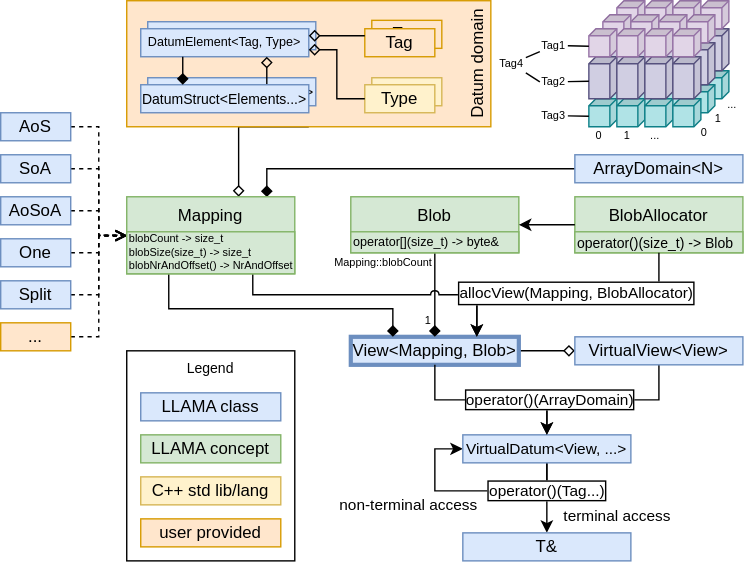
alpaka-group/llama keeps this draw.io diagram as docs/images/overview.svg. Above is the earlier version. Source tidied: cells renumbered, new cells last; positions are measured from the earlier drawing's top-left corner, leaving out a move shared by most shapes.
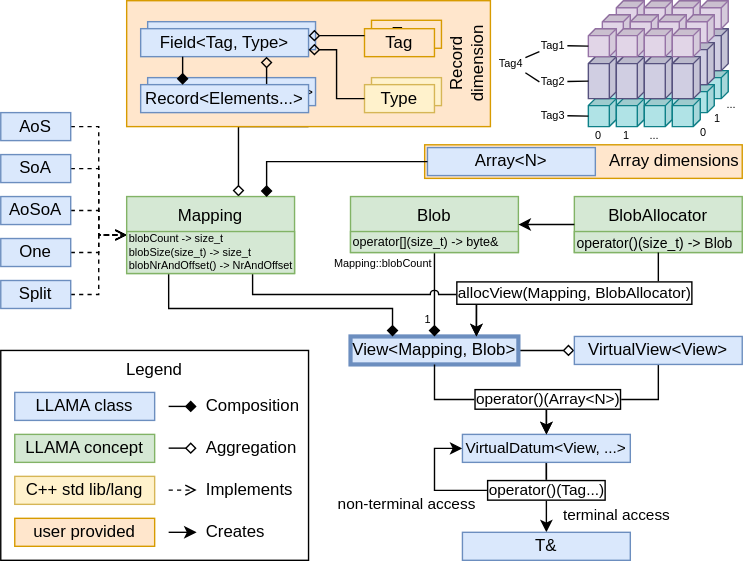
Later version of the same file.

Commit message:
rename domains in overview.svg and add arrows to legend

Rename ArrayDomain into Array dimensions.
Rename DatumDomain into Record dimension.

Change to the diagram source:
```diff
@@ -23,17 +23,6 @@
         </Array>
       </mxGeometry>
     </mxCell>
-    <mxCell id="5" style="edgeStyle=orthogonalEdgeStyle;rounded=0;jettySize=auto;html=1;fontSize=11;entryX=0.837;entryY=0.004;entryDx=0;entryDy=0;endArrow=diamond;endFill=1;exitX=0;exitY=0.5;exitDx=0;exitDy=0;entryPerimeter=0;" parent="1" edge="1" source="6" target="48">
-      <mxGeometry relative="1" as="geometry">
-        <Array as="points">
-          <mxPoint x="190" y="120" />
-          <mxPoint x="190" y="140" />
-        </Array>
-      </mxGeometry>
-    </mxCell>
-    <mxCell id="6" value="ArrayDomain&amp;lt;N&amp;gt;" style="rounded=0;whiteSpace=wrap;html=1;fillColor=#dae8fc;strokeColor=#6c8ebf;" parent="1" vertex="1">
-      <mxGeometry x="410" y="110" width="120" height="20" as="geometry" />
-    </mxCell>
     <mxCell id="7" style="edgeStyle=orthogonalEdgeStyle;rounded=0;jettySize=auto;html=1;endArrow=diamond;endFill=0;" parent="1" edge="1" source="8" target="14">
       <mxGeometry relative="1" as="geometry" />
     </mxCell>
@@ -68,7 +57,7 @@
     <mxCell id="16" style="edgeStyle=orthogonalEdgeStyle;rounded=0;jettySize=auto;html=1;" parent="1" edge="1" source="8" target="12">
       <mxGeometry relative="1" as="geometry" />
     </mxCell>
-    <mxCell id="17" value="operator()(ArrayDomain)" style="edgeLabel;html=1;align=center;verticalAlign=middle;fontColor=#000000;labelBorderColor=#000000;absoluteArcSize=0;" parent="16" vertex="1">
+    <mxCell id="17" value="operator()(Array&amp;lt;N&amp;gt;)" style="edgeLabel;html=1;align=center;verticalAlign=middle;fontColor=#000000;labelBorderColor=#000000;absoluteArcSize=0;" parent="16" vertex="1">
       <mxGeometry x="0.27" relative="1" as="geometry">
         <mxPoint x="23.8" as="offset" />
       </mxGeometry>
@@ -102,7 +91,7 @@
         </Array>
       </mxGeometry>
     </mxCell>
-    <mxCell id="23" style="edgeStyle=orthogonalEdgeStyle;rounded=0;jumpStyle=arc;jettySize=auto;html=1;dashed=1;startArrow=none;startFill=0;endArrow=open;endFill=0;fontSize=7.8;" parent="1" edge="1" source="24" target="48">
+    <mxCell id="23" style="edgeStyle=orthogonalEdgeStyle;rounded=0;jumpStyle=arc;jettySize=auto;html=1;dashed=1;startArrow=none;startFill=0;endArrow=open;endFill=0;fontSize=7.8;entryX=0;entryY=0.5;entryDx=0;entryDy=0;" parent="1" edge="1" source="24" target="48">
       <mxGeometry relative="1" as="geometry">
         <Array as="points">
           <mxPoint x="70" y="90" />
@@ -113,7 +102,7 @@
     <mxCell id="24" value="AoS" style="rounded=0;whiteSpace=wrap;html=1;fillColor=#dae8fc;strokeColor=#6c8ebf;" parent="1" vertex="1">
       <mxGeometry y="80" width="50" height="20" as="geometry" />
     </mxCell>
-    <mxCell id="25" style="edgeStyle=orthogonalEdgeStyle;rounded=0;jumpStyle=arc;jettySize=auto;html=1;dashed=1;startArrow=none;startFill=0;endArrow=open;endFill=0;fontSize=7.8;" parent="1" edge="1" source="26" target="48">
+    <mxCell id="25" style="edgeStyle=orthogonalEdgeStyle;rounded=0;jumpStyle=arc;jettySize=auto;html=1;dashed=1;startArrow=none;startFill=0;endArrow=open;endFill=0;fontSize=7.8;entryX=0;entryY=0.5;entryDx=0;entryDy=0;" parent="1" edge="1" source="26" target="48">
       <mxGeometry relative="1" as="geometry">
         <Array as="points">
           <mxPoint x="70" y="120" />
@@ -124,17 +113,6 @@
     <mxCell id="26" value="SoA" style="rounded=0;whiteSpace=wrap;html=1;fillColor=#dae8fc;strokeColor=#6c8ebf;" parent="1" vertex="1">
       <mxGeometry y="110" width="50" height="20" as="geometry" />
     </mxCell>
-    <mxCell id="27" style="edgeStyle=orthogonalEdgeStyle;rounded=0;jumpStyle=arc;jettySize=auto;html=1;dashed=1;startArrow=none;startFill=0;endArrow=open;endFill=0;fontSize=7.8;" parent="1" edge="1" source="28" target="48">
-      <mxGeometry relative="1" as="geometry">
-        <Array as="points">
-          <mxPoint x="70" y="240" />
-          <mxPoint x="70" y="168" />
-        </Array>
-      </mxGeometry>
-    </mxCell>
-    <mxCell id="28" value="..." style="rounded=0;whiteSpace=wrap;html=1;fillColor=#ffe6cc;strokeColor=#d79b00;" parent="1" vertex="1">
-      <mxGeometry y="230" width="50" height="20" as="geometry" />
-    </mxCell>
     <mxCell id="29" style="edgeStyle=orthogonalEdgeStyle;rounded=0;jumpStyle=arc;jettySize=auto;html=1;dashed=1;startArrow=none;startFill=0;endArrow=open;endFill=0;fontSize=7.8;" parent="1" edge="1" source="30" target="48">
       <mxGeometry relative="1" as="geometry" />
     </mxCell>
@@ -176,20 +154,20 @@
     <mxCell id="40" value="&lt;span style=&quot;font-size: 10px ; text-align: center&quot;&gt;operator()(size_t) -&amp;gt; Blob&lt;/span&gt;" style="rounded=0;whiteSpace=wrap;html=1;fillColor=#d5e8d4;fontSize=7;align=left;strokeColor=#82b366;" parent="38" vertex="1">
       <mxGeometry y="25" width="120" height="15" as="geometry" />
     </mxCell>
-    <mxCell id="41" value="Legend" style="rounded=0;whiteSpace=wrap;html=1;fontSize=10;verticalAlign=top;" parent="1" vertex="1">
-      <mxGeometry x="90" y="250" width="120" height="150" as="geometry" />
+    <mxCell id="41" value="Legend" style="rounded=0;whiteSpace=wrap;html=1;fontSize=12;verticalAlign=top;" parent="1" vertex="1">
+      <mxGeometry y="250" width="220" height="150" as="geometry" />
     </mxCell>
     <mxCell id="42" value="LLAMA class" style="rounded=0;whiteSpace=wrap;html=1;fontSize=12;fillColor=#dae8fc;strokeColor=#6c8ebf;" parent="1" vertex="1">
-      <mxGeometry x="100" y="280" width="100" height="20" as="geometry" />
+      <mxGeometry x="10" y="280" width="100" height="20" as="geometry" />
     </mxCell>
     <mxCell id="43" value="LLAMA concept" style="rounded=0;whiteSpace=wrap;html=1;fontSize=12;fillColor=#d5e8d4;strokeColor=#82b366;" parent="1" vertex="1">
-      <mxGeometry x="100" y="310" width="100" height="20" as="geometry" />
+      <mxGeometry x="10" y="310" width="100" height="20" as="geometry" />
     </mxCell>
     <mxCell id="44" value="C++ std lib/lang" style="rounded=0;whiteSpace=wrap;html=1;fontSize=12;fillColor=#fff2cc;strokeColor=#d6b656;" parent="1" vertex="1">
-      <mxGeometry x="100" y="340" width="100" height="20" as="geometry" />
+      <mxGeometry x="10" y="340" width="100" height="20" as="geometry" />
     </mxCell>
     <mxCell id="45" value="user provided" style="rounded=0;whiteSpace=wrap;html=1;fontSize=12;fillColor=#ffe6cc;strokeColor=#d79b00;" parent="1" vertex="1">
-      <mxGeometry x="100" y="370" width="100" height="20" as="geometry" />
+      <mxGeometry x="10" y="370" width="100" height="20" as="geometry" />
     </mxCell>
     <mxCell id="46" style="edgeStyle=orthogonalEdgeStyle;rounded=0;jettySize=auto;html=1;entryX=0.75;entryY=0;entryDx=0;entryDy=0;" parent="1" edge="1" source="39" target="8">
       <mxGeometry relative="1" as="geometry">
@@ -213,7 +191,7 @@
     <mxCell id="50" style="edgeStyle=orthogonalEdgeStyle;rounded=0;jumpStyle=arc;jettySize=auto;html=1;endArrow=classic;endFill=1;fontSize=7.8;" parent="1" edge="1" source="39" target="36">
       <mxGeometry relative="1" as="geometry" />
     </mxCell>
-    <mxCell id="51" value="Datum domain" style="rounded=0;whiteSpace=wrap;html=1;fillColor=#ffe6cc;strokeColor=#d79b00;verticalAlign=bottom;align=center;horizontal=0;" parent="1" vertex="1">
+    <mxCell id="51" value="Record dimension" style="rounded=0;whiteSpace=wrap;html=1;fillColor=#ffe6cc;strokeColor=#d79b00;verticalAlign=bottom;align=center;horizontal=0;" parent="1" vertex="1">
       <mxGeometry x="90" width="260" height="90" as="geometry" />
     </mxCell>
     <mxCell id="52" value="Type" style="rounded=0;whiteSpace=wrap;html=1;fillColor=#fff2cc;strokeColor=#d6b656;" parent="1" vertex="1">
@@ -231,7 +209,7 @@
     <mxCell id="56" value="DatumElement&amp;lt;Tag, Type&amp;gt;" style="rounded=0;whiteSpace=wrap;html=1;fillColor=#dae8fc;strokeColor=#6c8ebf;fontSize=9;" parent="1" vertex="1">
       <mxGeometry x="105" y="15" width="120" height="20" as="geometry" />
     </mxCell>
-    <mxCell id="57" value="DatumElement&amp;lt;Tag, Type&amp;gt;" style="rounded=0;whiteSpace=wrap;html=1;fillColor=#dae8fc;strokeColor=#6c8ebf;fontSize=9;" parent="1" vertex="1">
+    <mxCell id="57" value="Field&amp;lt;Tag, Type&amp;gt;" style="rounded=0;whiteSpace=wrap;html=1;fillColor=#dae8fc;strokeColor=#6c8ebf;fontSize=12;" parent="1" vertex="1">
       <mxGeometry x="100" y="20" width="120" height="20" as="geometry" />
     </mxCell>
     <mxCell id="58" style="edgeStyle=orthogonalEdgeStyle;rounded=0;jettySize=auto;html=1;fontSize=10;entryX=1;entryY=0.75;entryDx=0;entryDy=0;endArrow=diamond;endFill=0;" parent="1" edge="1" source="53" target="57">
@@ -251,7 +229,7 @@
     <mxCell id="61" style="edgeStyle=orthogonalEdgeStyle;rounded=0;jettySize=auto;html=1;entryX=0.75;entryY=1;entryDx=0;entryDy=0;exitX=0.73;exitY=0.058;exitDx=0;exitDy=0;exitPerimeter=0;endArrow=diamond;endFill=0;" parent="1" edge="1" source="62" target="57">
       <mxGeometry x="90" y="-10" as="geometry" />
     </mxCell>
-    <mxCell id="62" value="DatumStruct&amp;lt;Elements...&amp;gt;" style="rounded=0;whiteSpace=wrap;html=1;fillColor=#dae8fc;strokeColor=#6c8ebf;fontSize=10;" parent="1" vertex="1">
+    <mxCell id="62" value="Record&amp;lt;Elements...&amp;gt;" style="rounded=0;whiteSpace=wrap;html=1;fillColor=#dae8fc;strokeColor=#6c8ebf;fontSize=12;" parent="1" vertex="1">
       <mxGeometry x="100" y="60" width="120" height="20" as="geometry" />
     </mxCell>
     <mxCell id="63" style="edgeStyle=orthogonalEdgeStyle;rounded=0;jettySize=auto;html=1;fontSize=11;exitX=0.25;exitY=1;exitDx=0;exitDy=0;entryX=0.25;entryY=0;entryDx=0;entryDy=0;endArrow=diamond;endFill=1;" parent="1" edge="1" source="57" target="62">
@@ -410,5 +388,55 @@
     <mxCell id="114" value="..." style="text;html=1;strokeColor=none;fillColor=none;align=center;verticalAlign=middle;whiteSpace=wrap;rounded=0;labelBackgroundColor=#ffffff;fontSize=7.8;" parent="1" vertex="1">
       <mxGeometry x="460" y="92" width="15" height="8" as="geometry" />
     </mxCell>
+    <mxCell id="115" value="Array dimensions" style="rounded=0;whiteSpace=wrap;html=1;fillColor=#ffe6cc;strokeColor=#d79b00;align=right;" parent="1" vertex="1">
+      <mxGeometry x="303" y="103" width="227" height="24" as="geometry" />
+    </mxCell>
+    <mxCell id="6" value="Array&amp;lt;N&amp;gt;" style="rounded=0;whiteSpace=wrap;html=1;fillColor=#dae8fc;strokeColor=#6c8ebf;" parent="1" vertex="1">
+      <mxGeometry x="305" y="105" width="120" height="20" as="geometry" />
+    </mxCell>
+    <mxCell id="5" style="edgeStyle=orthogonalEdgeStyle;rounded=0;jettySize=auto;html=1;fontSize=11;entryX=0.837;entryY=0.004;entryDx=0;entryDy=0;endArrow=diamond;endFill=1;exitX=0;exitY=0.5;exitDx=0;exitDy=0;entryPerimeter=0;" parent="1" edge="1" source="6" target="48">
+      <mxGeometry relative="1" as="geometry">
+        <Array as="points">
+          <mxPoint x="190" y="115" />
+          <mxPoint x="190" y="140" />
+        </Array>
+      </mxGeometry>
+    </mxCell>
+    <mxCell id="116" style="endArrow=classic;html=1;" parent="1" edge="1">
+      <mxGeometry relative="1" as="geometry">
+        <mxPoint x="120" y="380" as="sourcePoint" />
+        <mxPoint x="140" y="380" as="targetPoint" />
+      </mxGeometry>
+    </mxCell>
+    <mxCell id="117" value="Creates" style="text;html=1;strokeColor=none;fillColor=none;align=left;verticalAlign=middle;whiteSpace=wrap;rounded=0;" parent="1" vertex="1">
+      <mxGeometry x="145" y="370" width="70" height="20" as="geometry" />
+    </mxCell>
+    <mxCell id="118" style="endArrow=diamond;html=1;endFill=1;" parent="1" edge="1">
+      <mxGeometry relative="1" as="geometry">
+        <mxPoint x="120" y="290" as="sourcePoint" />
+        <mxPoint x="140" y="290" as="targetPoint" />
+      </mxGeometry>
+    </mxCell>
+    <mxCell id="119" value="Composition" style="text;html=1;strokeColor=none;fillColor=none;align=left;verticalAlign=middle;whiteSpace=wrap;rounded=0;" parent="1" vertex="1">
+      <mxGeometry x="145" y="280" width="70" height="20" as="geometry" />
+    </mxCell>
+    <mxCell id="120" style="endArrow=diamond;html=1;endFill=0;" parent="1" edge="1">
+      <mxGeometry relative="1" as="geometry">
+        <mxPoint x="120" y="319.8" as="sourcePoint" />
+        <mxPoint x="140" y="319.8" as="targetPoint" />
+      </mxGeometry>
+    </mxCell>
+    <mxCell id="121" value="Aggregation" style="text;html=1;strokeColor=none;fillColor=none;align=left;verticalAlign=middle;whiteSpace=wrap;rounded=0;" parent="1" vertex="1">
+      <mxGeometry x="145" y="310" width="70" height="20" as="geometry" />
+    </mxCell>
+    <mxCell id="122" style="endArrow=open;html=1;endFill=0;dashed=1;" parent="1" edge="1">
+      <mxGeometry relative="1" as="geometry">
+        <mxPoint x="120" y="349.8" as="sourcePoint" />
+        <mxPoint x="140" y="349.8" as="targetPoint" />
+      </mxGeometry>
+    </mxCell>
+    <mxCell id="123" value="Implements" style="text;html=1;strokeColor=none;fillColor=none;align=left;verticalAlign=middle;whiteSpace=wrap;rounded=0;" parent="1" vertex="1">
+      <mxGeometry x="145" y="340" width="70" height="20" as="geometry" />
+    </mxCell>
   </root>
 </mxGraphModel>
```
